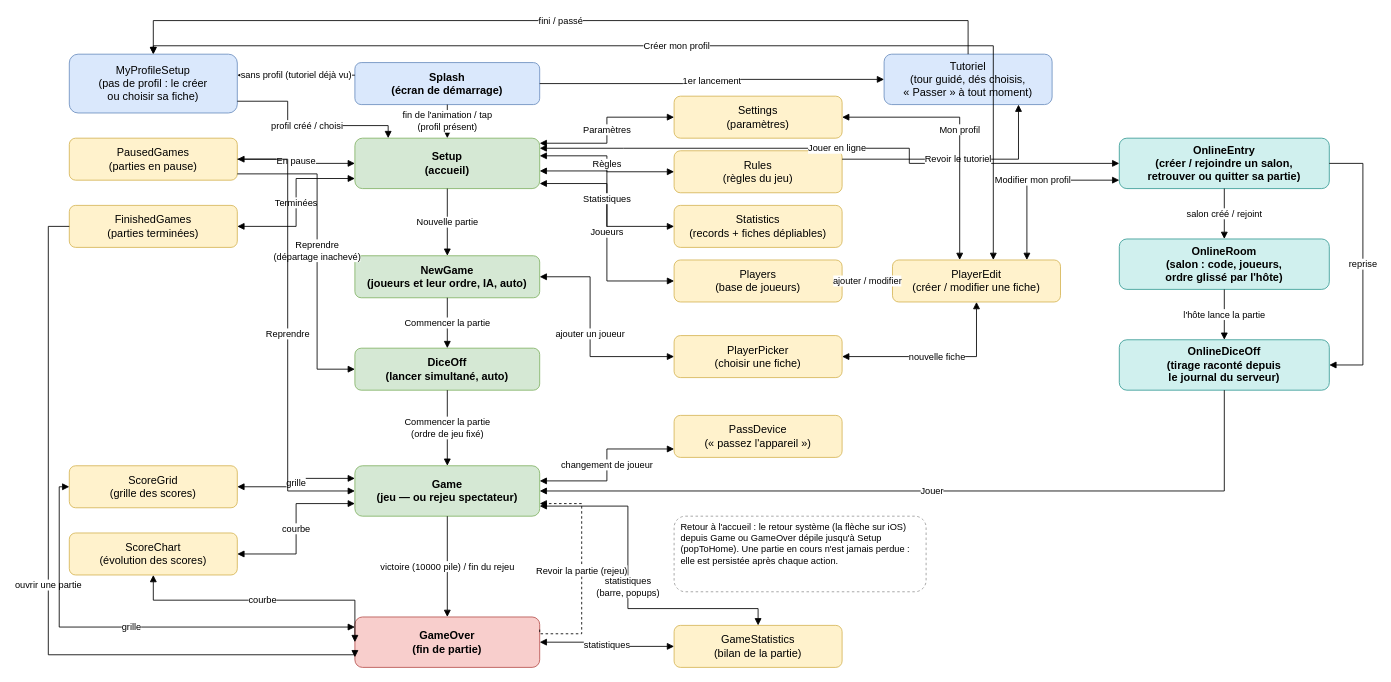
microscotch/tenk keeps this draw.io diagram as docs/screen-flow.drawio. Above is the earlier version. Source tidied: cells renumbered, new cells numbered last; positions are measured from the earlier drawing's top-left corner, leaving out a move shared by most shapes. Both pictures are drawn from the tidied source at 84%, with x=0, y=0 at pixel (48, 20).
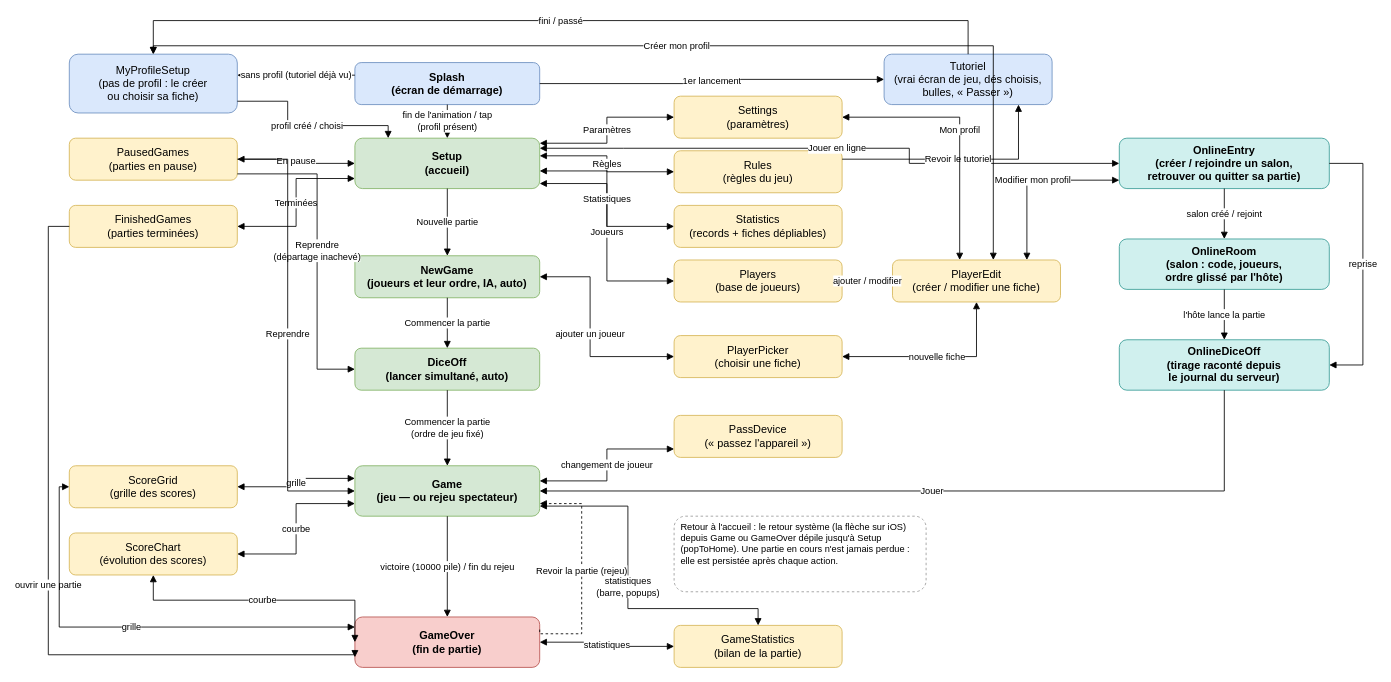
After the change.

What changed in the source:
```diff
@@
-    <mxCell id="55" value="Tutoriel&#10;(tour guidé, dés choisis,&#10;« Passer » à tout moment)" style="rounded=1;whiteSpace=wrap;html=1;fillColor=#dae8fc;strokeColor=#6c8ebf;fontSize=13;" parent="1" vertex="1">
+    <mxCell id="55" value="Tutoriel&#10;(vrai écran de jeu, dés choisis,&#10;bulles, « Passer »)" style="rounded=1;whiteSpace=wrap;html=1;fillColor=#dae8fc;strokeColor=#6c8ebf;fontSize=13;" parent="1" vertex="1">
       <mxGeometry x="995" y="40" width="200" height="60" as="geometry" />
     </mxCell>
```
